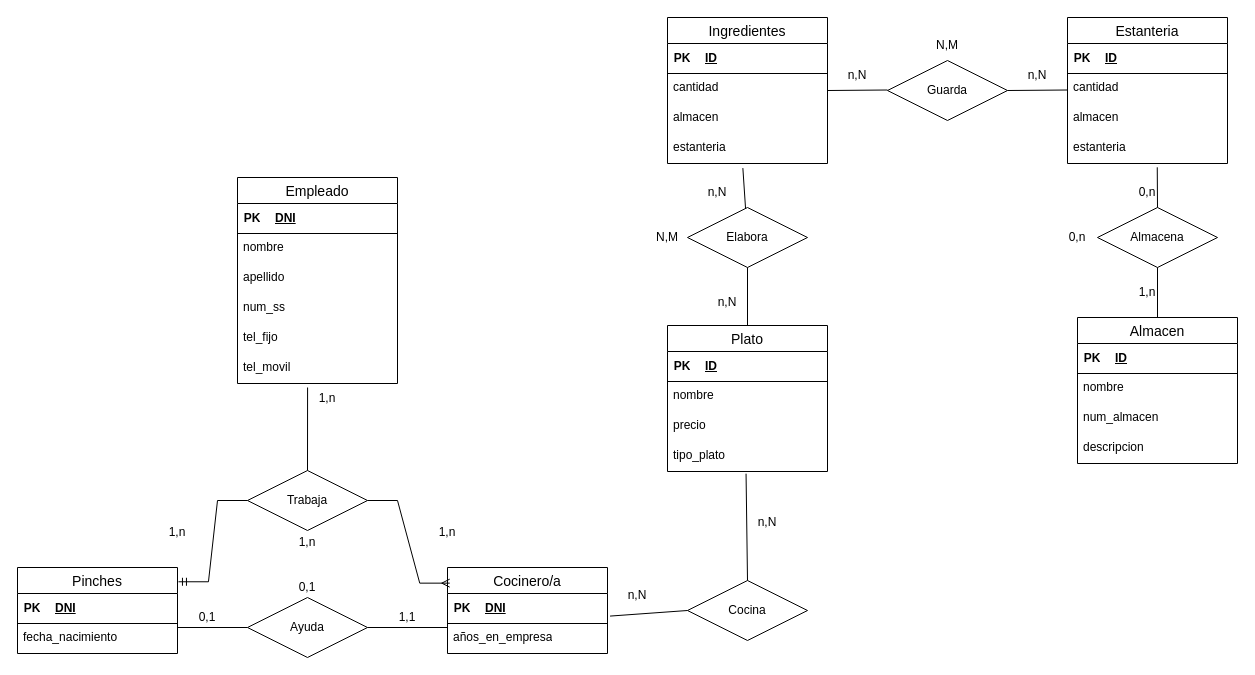
Above: Exercici 13.drawio in Daninuro/diagrames-cvf-dn-mpl-n-11102023 (draw.io), before the change. Source tidied: cells renumbered, new cells numbered last; positions are measured from the earlier drawing's top-left corner, leaving out a move shared by most shapes. Both pictures are drawn from the tidied source at 100%, with x=0, y=0 at pixel (17, 17).
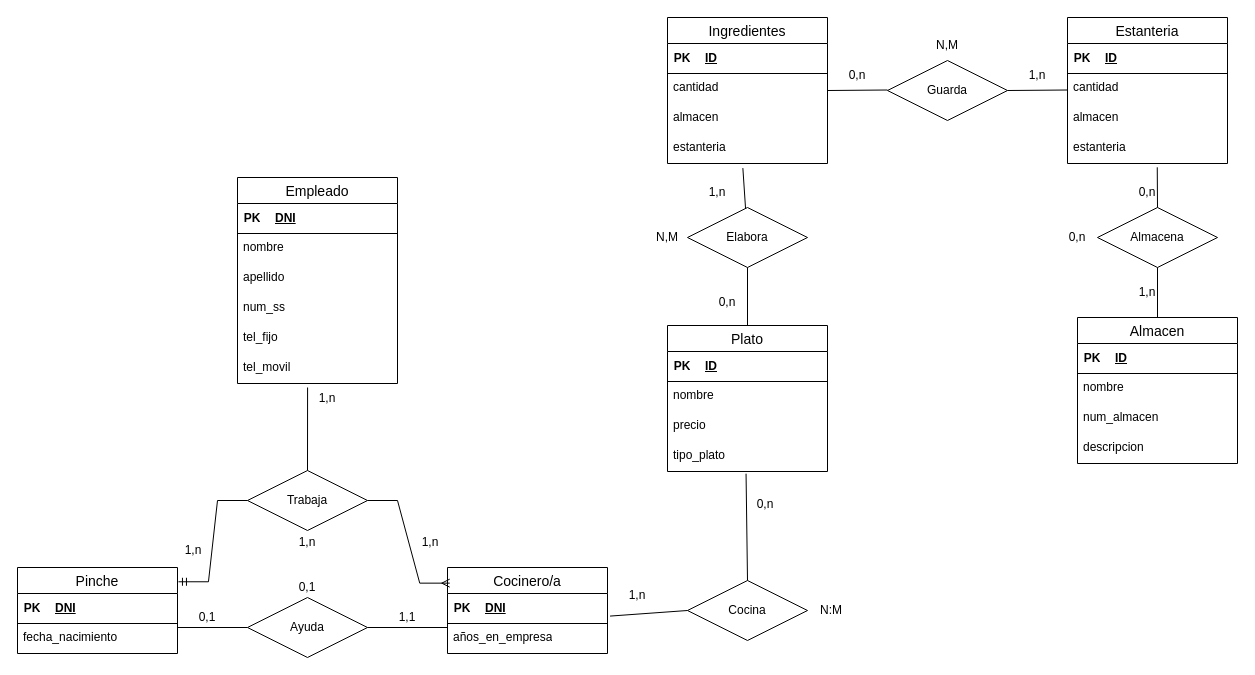
Above is the later version.

The edit, as a diff of the source:
```diff
@@
-    <mxCell id="18" value="Pinches" style="swimlane;fontStyle=0;horizontal=1;startSize=26;align=center;fontSize=14;" parent="1" vertex="1">
+    <mxCell id="18" value="Pinche" style="swimlane;fontStyle=0;horizontal=1;startSize=26;align=center;fontSize=14;" parent="1" vertex="1">
       <mxGeometry y="550" width="160" height="86" as="geometry" />
     </mxCell>
@@
     <mxCell id="60" value="1,n" style="text;html=1;strokeColor=none;fillColor=none;align=center;verticalAlign=middle;whiteSpace=wrap;rounded=0;" parent="1" vertex="1">
-      <mxGeometry x="130" y="500" width="60" height="30" as="geometry" />
+      <mxGeometry x="146" y="518" width="60" height="30" as="geometry" />
     </mxCell>
     <mxCell id="61" value="1,n" style="text;html=1;strokeColor=none;fillColor=none;align=center;verticalAlign=middle;whiteSpace=wrap;rounded=0;" parent="1" vertex="1">
-      <mxGeometry x="400" y="500" width="60" height="30" as="geometry" />
+      <mxGeometry x="383" y="510" width="60" height="30" as="geometry" />
     </mxCell>
@@
-    <mxCell id="69" value="n,N" style="text;html=1;strokeColor=none;fillColor=none;align=center;verticalAlign=middle;whiteSpace=wrap;rounded=0;" parent="1" vertex="1">
+    <mxCell id="69" value="1,n" style="text;html=1;strokeColor=none;fillColor=none;align=center;verticalAlign=middle;whiteSpace=wrap;rounded=0;" parent="1" vertex="1">
       <mxGeometry x="590" y="563" width="60" height="30" as="geometry" />
     </mxCell>
-    <mxCell id="70" value="n,N" style="text;html=1;strokeColor=none;fillColor=none;align=center;verticalAlign=middle;whiteSpace=wrap;rounded=0;" parent="1" vertex="1">
-      <mxGeometry x="720" y="490" width="60" height="30" as="geometry" />
+    <mxCell id="70" value="0,n" style="text;html=1;strokeColor=none;fillColor=none;align=center;verticalAlign=middle;whiteSpace=wrap;rounded=0;" parent="1" vertex="1">
+      <mxGeometry x="718" y="472" width="60" height="30" as="geometry" />
     </mxCell>
@@
-    <mxCell id="74" value="n,N" style="text;html=1;strokeColor=none;fillColor=none;align=center;verticalAlign=middle;whiteSpace=wrap;rounded=0;" parent="1" vertex="1">
+    <mxCell id="74" value="1,n" style="text;html=1;strokeColor=none;fillColor=none;align=center;verticalAlign=middle;whiteSpace=wrap;rounded=0;" parent="1" vertex="1">
       <mxGeometry x="670" y="160" width="60" height="30" as="geometry" />
     </mxCell>
-    <mxCell id="75" value="n,N" style="text;html=1;strokeColor=none;fillColor=none;align=center;verticalAlign=middle;whiteSpace=wrap;rounded=0;" parent="1" vertex="1">
+    <mxCell id="75" value="0,n" style="text;html=1;strokeColor=none;fillColor=none;align=center;verticalAlign=middle;whiteSpace=wrap;rounded=0;" parent="1" vertex="1">
       <mxGeometry x="680" y="270" width="60" height="30" as="geometry" />
     </mxCell>
@@
-    <mxCell id="83" value="n,N" style="text;html=1;strokeColor=none;fillColor=none;align=center;verticalAlign=middle;whiteSpace=wrap;rounded=0;" parent="1" vertex="1">
+    <mxCell id="83" value="0,n" style="text;html=1;strokeColor=none;fillColor=none;align=center;verticalAlign=middle;whiteSpace=wrap;rounded=0;" parent="1" vertex="1">
       <mxGeometry x="810" y="43" width="60" height="30" as="geometry" />
     </mxCell>
-    <mxCell id="84" value="n,N" style="text;html=1;strokeColor=none;fillColor=none;align=center;verticalAlign=middle;whiteSpace=wrap;rounded=0;" parent="1" vertex="1">
+    <mxCell id="84" value="1,n" style="text;html=1;strokeColor=none;fillColor=none;align=center;verticalAlign=middle;whiteSpace=wrap;rounded=0;" parent="1" vertex="1">
       <mxGeometry x="990" y="43" width="60" height="30" as="geometry" />
     </mxCell>
@@
+    <mxCell id="93" value="N:M" style="text;html=1;strokeColor=none;fillColor=none;align=center;verticalAlign=middle;whiteSpace=wrap;rounded=0;" parent="1" vertex="1">
+      <mxGeometry x="784" y="578" width="60" height="30" as="geometry" />
+    </mxCell>
```
